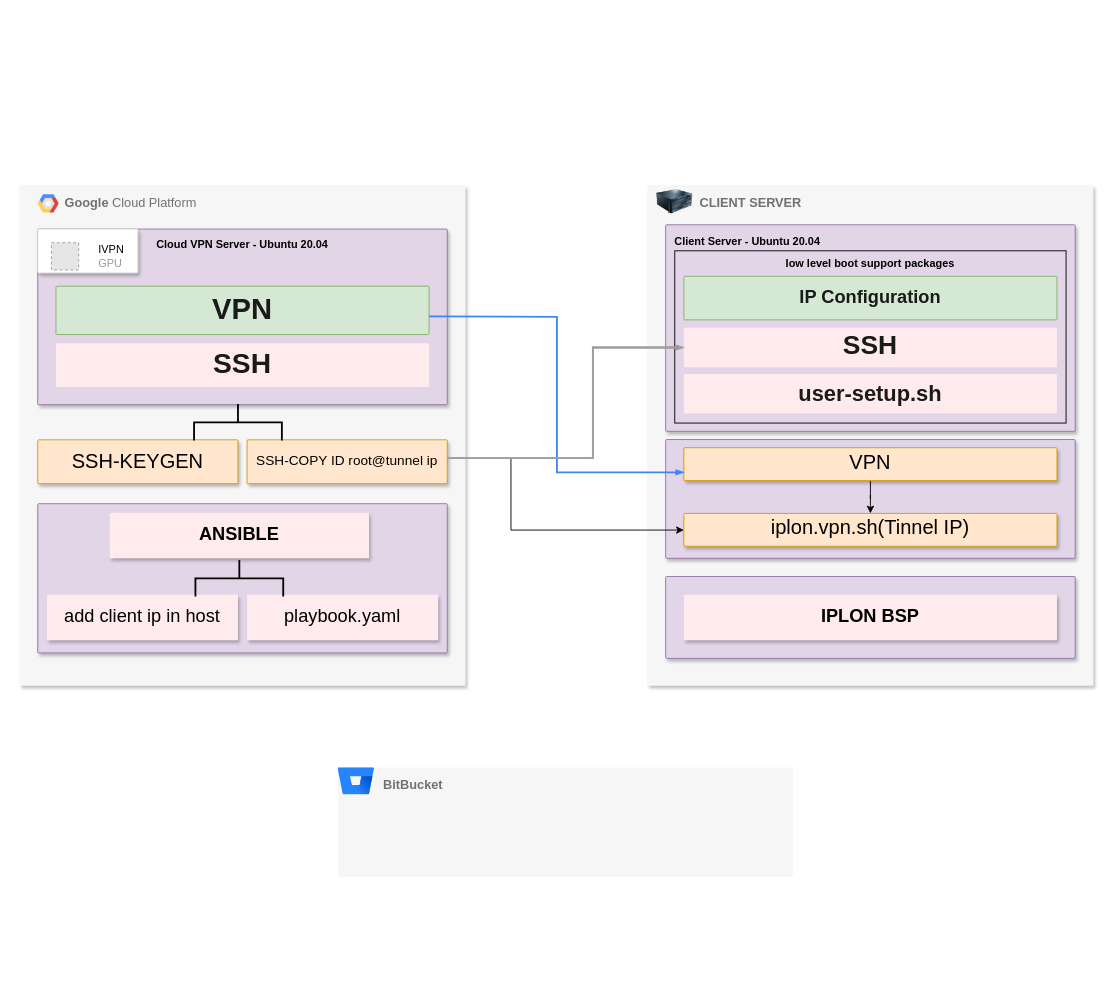
This is Untitled Diagram.drawio from naveen09111997/IOT6.5_BSP, a draw.io file, before an edit. Source tidied: cells renumbered, new cells numbered last; positions are measured from the earlier drawing's top-left corner, leaving out a move shared by most shapes. Both pictures are drawn from the tidied source at 91%, with x=0, y=0 at pixel (19, 185). Pictures stored in the file or linked from it are replaced by grey dashed boxes.
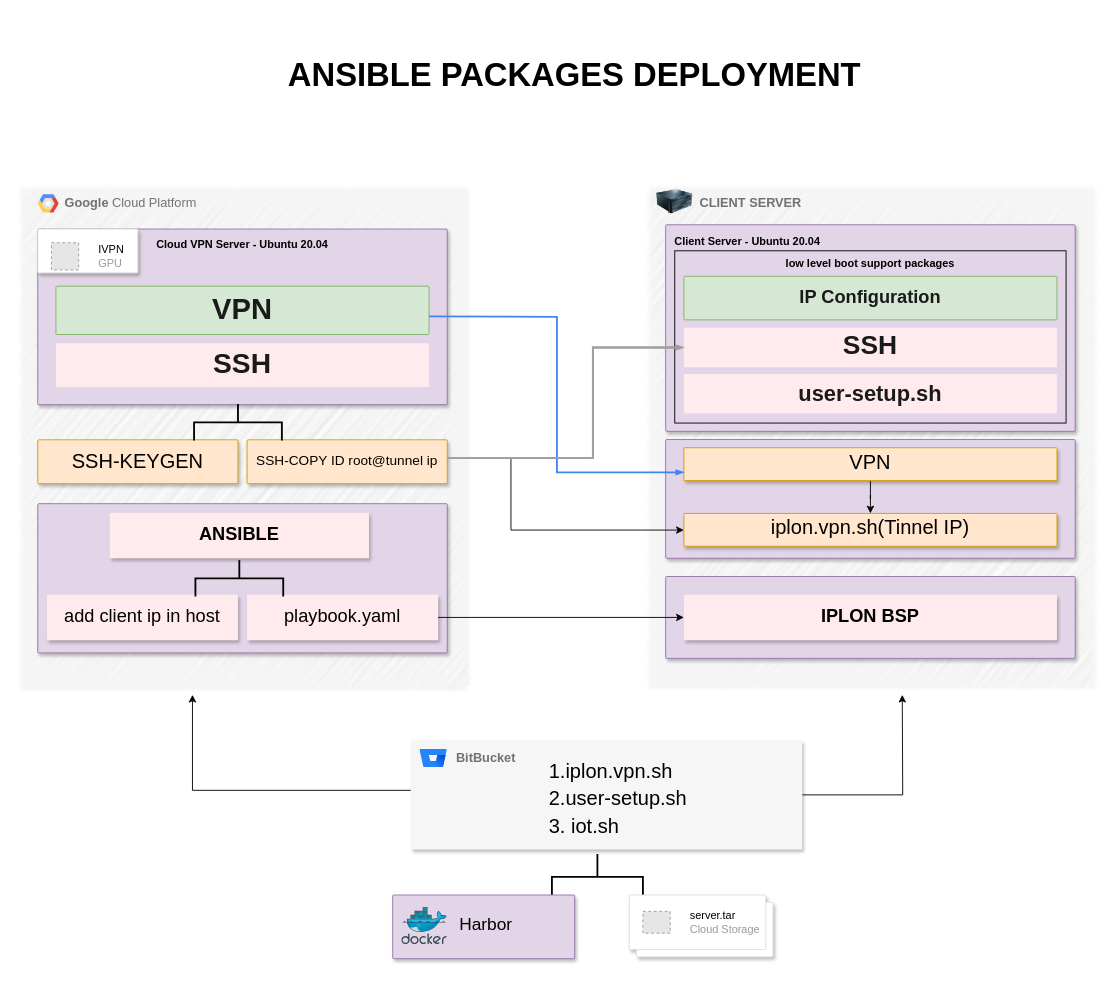
The same diagram, later.

The change refers to these unchanged cells:
```xml
<mxCell id="15" value="&lt;font color=&quot;#000000&quot;&gt;&lt;span style=&quot;font-size: 20px;&quot;&gt;playbook.yaml&lt;/span&gt;&lt;/font&gt;" style="sketch=0;points=[[0,0,0],[0.25,0,0],[0.5,0,0],[0.75,0,0],[1,0,0],[1,0.25,0],[1,0.5,0],[1,0.75,0],[1,1,0],[0.75,1,0],[0.5,1,0],[0.25,1,0],[0,1,0],[0,0.75,0],[0,0.5,0],[0,0.25,0]];rounded=1;absoluteArcSize=1;arcSize=2;html=1;strokeColor=none;gradientColor=none;shadow=1;dashed=0;fontSize=12;fontColor=#9E9E9E;align=center;verticalAlign=top;spacing=10;spacingTop=-4;whiteSpace=wrap;fillColor=#FFEBEE;" parent="2" vertex="1">
  <mxGeometry x="250" y="450" width="210" height="50" as="geometry" />
</mxCell>
<mxCell id="31" value="&lt;b&gt;&lt;font color=&quot;#000000&quot; style=&quot;font-size: 20px;&quot;&gt;IPLON BSP&lt;/font&gt;&lt;/b&gt;" style="sketch=0;points=[[0,0,0],[0.25,0,0],[0.5,0,0],[0.75,0,0],[1,0,0],[1,0.25,0],[1,0.5,0],[1,0.75,0],[1,1,0],[0.75,1,0],[0.5,1,0],[0.25,1,0],[0,1,0],[0,0.75,0],[0,0.5,0],[0,0.25,0]];rounded=1;absoluteArcSize=1;arcSize=2;html=1;strokeColor=none;gradientColor=none;shadow=1;dashed=0;fontSize=12;fontColor=#9E9E9E;align=center;verticalAlign=top;spacing=10;spacingTop=-4;whiteSpace=wrap;fillColor=#FFEBEE;" parent="17" vertex="1">
  <mxGeometry x="40" y="450" width="410" height="50" as="geometry" />
</mxCell>
```

Change to the diagram source:
```diff
@@
-    <mxCell id="2" value="&lt;b&gt;Google &lt;/b&gt;Cloud Platform" style="fillColor=#F6F6F6;strokeColor=none;shadow=1;gradientColor=none;fontSize=14;align=left;spacing=10;fontColor=#717171;9E9E9E;verticalAlign=top;spacingTop=-4;fontStyle=0;spacingLeft=40;html=1;whiteSpace=wrap;rounded=0;" parent="1" vertex="1">
+    <mxCell id="2" value="&lt;b&gt;Google &lt;/b&gt;Cloud Platform" style="fillColor=#F6F6F6;strokeColor=none;shadow=1;gradientColor=none;fontSize=14;align=left;spacing=10;fontColor=#717171;9E9E9E;verticalAlign=top;spacingTop=-4;fontStyle=0;spacingLeft=40;html=1;whiteSpace=wrap;rounded=0;sketch=1;curveFitting=1;jiggle=2;" parent="1" vertex="1">
       <mxGeometry width="490" height="550" as="geometry" />
     </mxCell>
@@
-    <mxCell id="17" value="&lt;b&gt;&amp;nbsp; CLIENT SERVER&lt;/b&gt;" style="fillColor=#F6F6F6;strokeColor=none;shadow=1;gradientColor=none;fontSize=14;align=left;spacing=10;fontColor=#717171;9E9E9E;verticalAlign=top;spacingTop=-4;fontStyle=0;spacingLeft=40;html=1;whiteSpace=wrap;rounded=0;" parent="1" vertex="1">
+    <mxCell id="17" value="&lt;b&gt;&amp;nbsp; CLIENT SERVER&lt;/b&gt;" style="fillColor=#F6F6F6;strokeColor=none;shadow=1;gradientColor=none;fontSize=14;align=left;spacing=10;fontColor=#717171;9E9E9E;verticalAlign=top;spacingTop=-4;fontStyle=0;spacingLeft=40;html=1;whiteSpace=wrap;rounded=0;sketch=1;curveFitting=1;jiggle=2;" parent="1" vertex="1">
       <mxGeometry x="690" width="490" height="550" as="geometry" />
     </mxCell>
@@
+    <mxCell id="37" style="edgeStyle=orthogonalEdgeStyle;rounded=0;jettySize=auto;html=1;" parent="1" edge="1" source="35">
+      <mxGeometry relative="1" as="geometry">
+        <mxPoint x="970" y="560" as="targetPoint" />
+      </mxGeometry>
+    </mxCell>
+    <mxCell id="38" style="edgeStyle=orthogonalEdgeStyle;rounded=0;jettySize=auto;html=1;" parent="1" edge="1" source="35">
+      <mxGeometry relative="1" as="geometry">
+        <mxPoint x="190" y="560" as="targetPoint" />
+        <Array as="points">
+          <mxPoint x="190" y="665" />
+        </Array>
+      </mxGeometry>
+    </mxCell>
-    <mxCell id="35" value="&lt;b&gt;BitBucket&lt;/b&gt;" style="fillColor=#F6F6F6;strokeColor=none;shadow=0;gradientColor=none;fontSize=14;align=left;spacing=10;fontColor=#717171;9E9E9E;verticalAlign=top;spacingTop=-4;fontStyle=0;spacingLeft=40;html=1;whiteSpace=wrap;" parent="1" vertex="1">
-      <mxGeometry x="350" y="640" width="500" height="120" as="geometry" />
+    <mxCell id="35" value="&lt;b&gt;BitBucket&lt;/b&gt;" style="fillColor=#F6F6F6;strokeColor=none;shadow=1;gradientColor=none;fontSize=14;align=left;spacing=10;fontColor=#717171;9E9E9E;verticalAlign=top;spacingTop=-4;fontStyle=0;spacingLeft=40;html=1;whiteSpace=wrap;" parent="1" vertex="1">
+      <mxGeometry x="430" y="610" width="430" height="120" as="geometry" />
     </mxCell>
     <mxCell id="36" style="image;html=1;image=img/lib/atlassian/Bitbucket_Logo.svg;" parent="1" vertex="1">
-      <mxGeometry x="350" y="640" width="40" height="30" as="geometry" />
+      <mxGeometry x="440" y="620" width="30" height="20" as="geometry" />
     </mxCell>
+    <mxCell id="39" style="edgeStyle=orthogonalEdgeStyle;rounded=0;jettySize=auto;html=1;entryX=0;entryY=0.5;entryDx=0;entryDy=0;entryPerimeter=0;" parent="1" edge="1" source="15" target="31">
+      <mxGeometry relative="1" as="geometry" />
+    </mxCell>
+    <mxCell id="40" value="&lt;font style=&quot;font-size: 22px;&quot;&gt;1.iplon.vpn.sh&lt;/font&gt;" style="text;html=1;strokeColor=none;fillColor=none;align=left;verticalAlign=middle;whiteSpace=wrap;rounded=0;" parent="1" vertex="1">
+      <mxGeometry x="580" y="630" width="140" height="30" as="geometry" />
+    </mxCell>
+    <mxCell id="41" value="&lt;font style=&quot;font-size: 22px;&quot;&gt;2.user-setup.sh&lt;/font&gt;" style="text;html=1;strokeColor=none;fillColor=none;align=left;verticalAlign=middle;whiteSpace=wrap;rounded=0;" parent="1" vertex="1">
+      <mxGeometry x="580" y="660" width="170" height="30" as="geometry" />
+    </mxCell>
+    <mxCell id="42" value="&lt;font style=&quot;font-size: 22px;&quot;&gt;3. iot.sh&lt;/font&gt;" style="text;html=1;strokeColor=none;fillColor=none;align=left;verticalAlign=middle;whiteSpace=wrap;rounded=0;" parent="1" vertex="1">
+      <mxGeometry x="580" y="690" width="140" height="30" as="geometry" />
+    </mxCell>
+    <mxCell id="43" style="strokeWidth=2;html=1;shape=mxgraph.flowchart.annotation_2;align=left;labelPosition=right;rotation=90;" parent="1" vertex="1">
+      <mxGeometry x="610" y="710" width="50" height="100" as="geometry" />
+    </mxCell>
+    <mxCell id="44" style="shape=mxgraph.gcp2.doubleRect;strokeColor=#dddddd;shadow=1;strokeWidth=1;rounded=1;absoluteArcSize=1;arcSize=2;" parent="1" vertex="1">
+      <mxGeometry x="670" y="780" width="158" height="68" as="geometry" />
+    </mxCell>
+    <mxCell id="45" value="&lt;font color=&quot;#000000&quot;&gt;server.tar&lt;/font&gt;&lt;br&gt;Cloud Storage" style="fillColor=#E6E6E6;strokeColor=#999999;dashed=1;html=1;fontColor=#999999;verticalLabelPosition=middle;labelBackgroundColor=#ffffff;verticalAlign=middle;labelPosition=right;align=left;spacingLeft=20;" parent="44" vertex="1">
+      <mxGeometry width="30" height="24" relative="1" as="geometry">
+        <mxPoint x="15" y="18" as="offset" />
+      </mxGeometry>
+    </mxCell>
+    <mxCell id="46" value="&lt;font style=&quot;font-size: 19px;&quot;&gt;&amp;nbsp;Harbor&lt;/font&gt;" style="sketch=0;rounded=1;absoluteArcSize=1;arcSize=2;html=1;strokeColor=#9673a6;shadow=1;dashed=0;fontSize=12;align=center;verticalAlign=middle;spacing=10;spacingTop=-4;whiteSpace=wrap;fillColor=#e1d5e7;" parent="1" vertex="1">
+      <mxGeometry x="410" y="780" width="200" height="70" as="geometry" />
+    </mxCell>
+    <mxCell id="47" style="image;sketch=0;html=1;align=center;fontSize=12;image=img/lib/mscae/Docker.svg;" parent="1" vertex="1">
+      <mxGeometry x="420" y="793.5" width="50" height="41" as="geometry" />
+    </mxCell>
+    <mxCell id="48" value="&lt;h1 style=&quot;&quot;&gt;&lt;font style=&quot;font-size: 36px;&quot;&gt;ANSIBLE PACKAGES DEPLOYMENT&lt;/font&gt;&lt;/h1&gt;" style="text;html=1;strokeColor=none;fillColor=none;align=center;verticalAlign=middle;whiteSpace=wrap;rounded=0;fontSize=24;fontStyle=1;" parent="1" vertex="1">
+      <mxGeometry x="290" y="-140" width="640" height="30" as="geometry" />
+    </mxCell>
```
